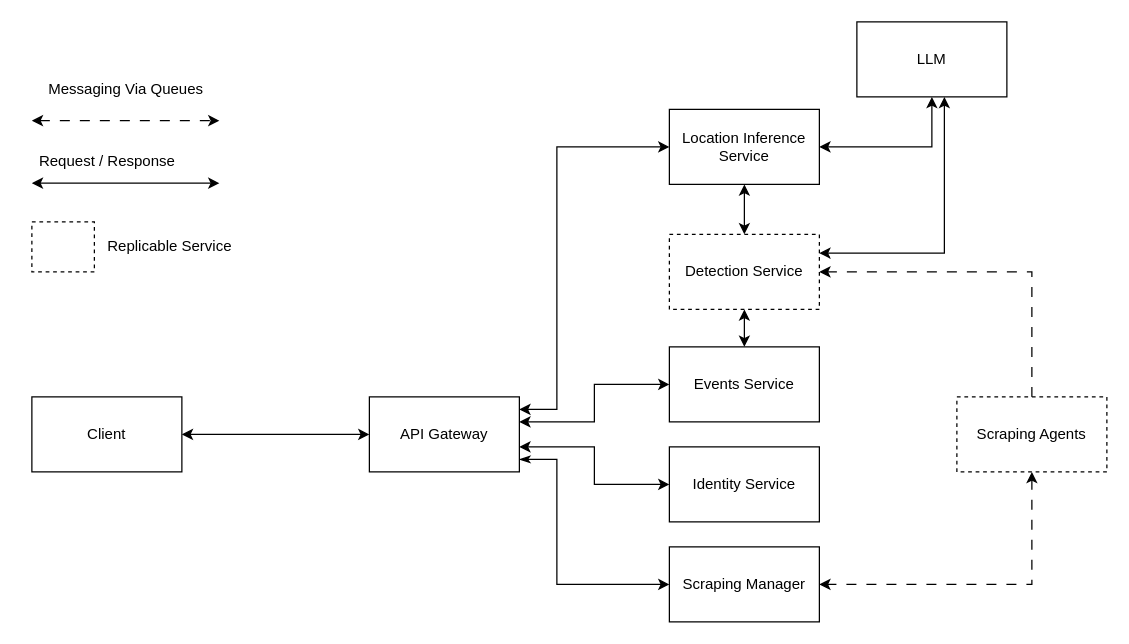
HasanKhadd0ur/GPDocs keeps this draw.io diagram as page "Design-2" (1 of 24) of Methodology/methodology.drawio. Above is the earlier version. Source tidied: cells renumbered, new cells numbered last; positions are measured from the earlier drawing's top-left corner, leaving out a move shared by most shapes. Both pictures are drawn from the tidied source at 125%, with x=0, y=0 at pixel (25, 21).
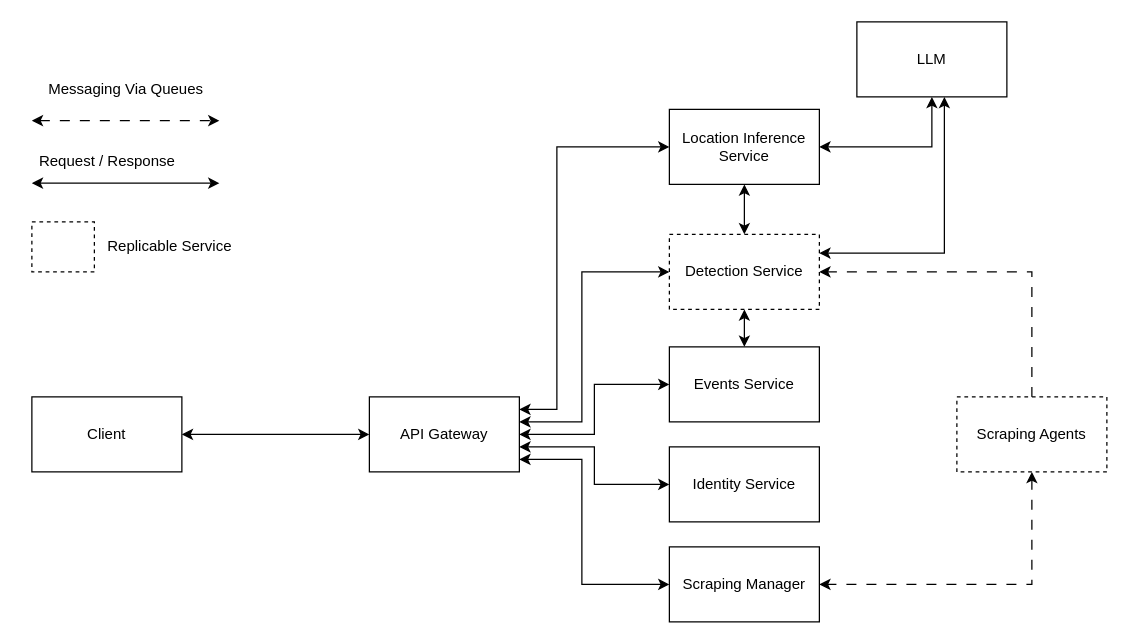
The same page after the edit.

Unchanged cells that the change refers to:
```xml
<mxCell id="6" value="Detection Service" style="rounded=0;whiteSpace=wrap;html=1;dashed=1;" parent="1" vertex="1">
  <mxGeometry x="515" y="170" width="120" height="60" as="geometry" />
</mxCell>
<mxCell id="10" value="Scraping Manager" style="rounded=0;whiteSpace=wrap;html=1;" parent="1" vertex="1">
  <mxGeometry x="515" y="420" width="120" height="60" as="geometry" />
</mxCell>
<mxCell id="12" value="Events Service" style="rounded=0;whiteSpace=wrap;html=1;" parent="1" vertex="1">
  <mxGeometry x="515" y="260" width="120" height="60" as="geometry" />
</mxCell>
<mxCell id="17" value="API Gateway" style="rounded=0;whiteSpace=wrap;html=1;" parent="1" vertex="1">
  <mxGeometry x="275" y="300" width="120" height="60" as="geometry" />
</mxCell>
```

What changed in the source:
```diff
@@
     <mxCell id="14" style="edgeStyle=orthogonalEdgeStyle;rounded=0;jettySize=auto;html=1;startArrow=classic;startFill=1;" parent="1" edge="1" source="17" target="12">
       <mxGeometry relative="1" as="geometry">
         <Array as="points">
-          <mxPoint x="455" y="320" />
+          <mxPoint x="455" y="330" />
           <mxPoint x="455" y="290" />
         </Array>
       </mxGeometry>
     </mxCell>
@@
-    <mxCell id="16" style="edgeStyle=orthogonalEdgeStyle;rounded=0;jettySize=auto;html=1;entryX=0;entryY=0.5;entryDx=0;entryDy=0;startArrow=classicThin;startFill=1;" parent="1" edge="1" source="17" target="10">
-      <mxGeometry relative="1" as="geometry">
-        <Array as="points">
-          <mxPoint x="425" y="350" />
-          <mxPoint x="425" y="450" />
-        </Array>
-      </mxGeometry>
-    </mxCell>
@@
+    <mxCell id="28" style="edgeStyle=orthogonalEdgeStyle;rounded=0;jettySize=auto;html=1;startArrow=classic;startFill=1;entryX=0;entryY=0.5;entryDx=0;entryDy=0;" parent="1" edge="1" source="17" target="6">
+      <mxGeometry relative="1" as="geometry">
+        <Array as="points">
+          <mxPoint x="445" y="320" />
+          <mxPoint x="445" y="200" />
+        </Array>
+      </mxGeometry>
+    </mxCell>
+    <mxCell id="16" style="edgeStyle=orthogonalEdgeStyle;rounded=0;jettySize=auto;html=1;startArrow=classic;startFill=1;" parent="1" edge="1" source="17" target="10">
+      <mxGeometry relative="1" as="geometry">
+        <Array as="points">
+          <mxPoint x="445" y="350" />
+          <mxPoint x="445" y="450" />
+        </Array>
+      </mxGeometry>
+    </mxCell>
```
